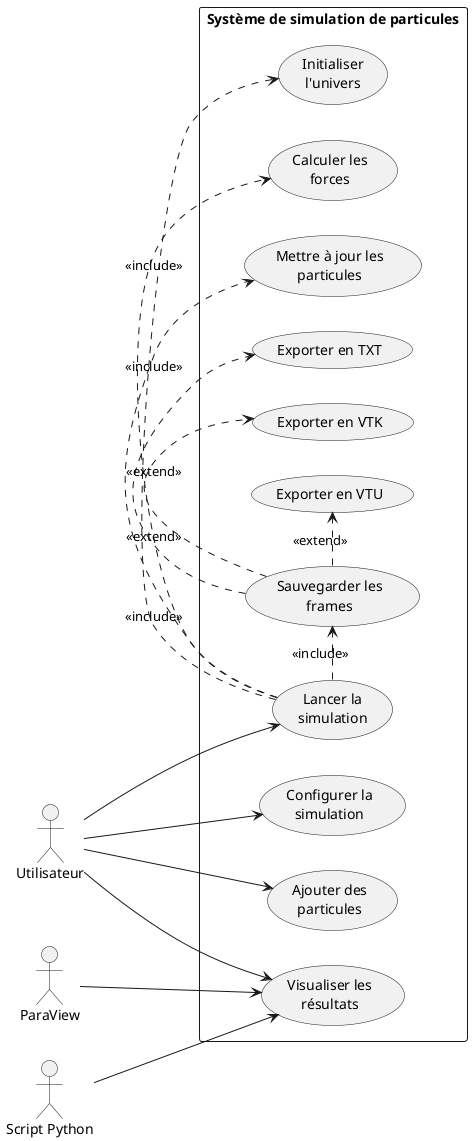
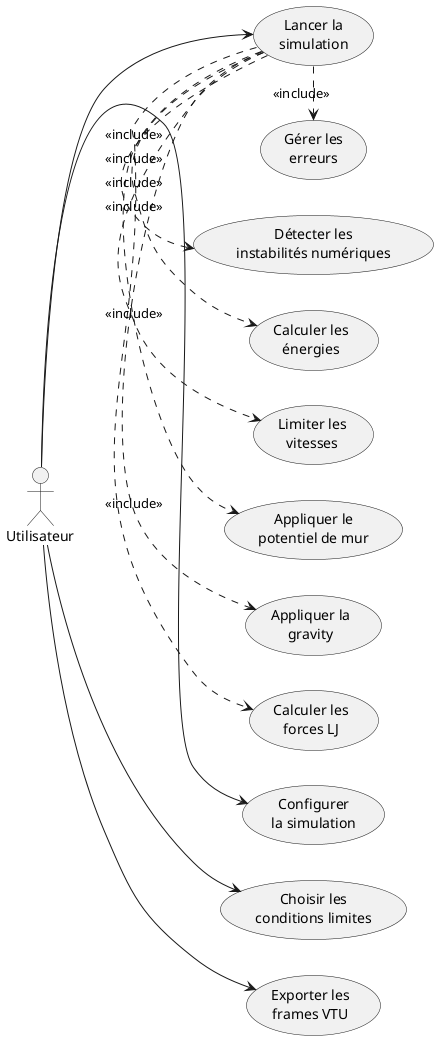
@startuml
+ 
left to right direction

actor Utilisateur
- actor ParaView
- actor "Script Python" as Python

- rectangle "Système de simulation de particules" {
-   usecase "Configurer la\nsimulation" as UC1
-   usecase "Initialiser\nl'univers" as UC2
-   usecase "Ajouter des\nparticules" as UC3
-   usecase "Lancer la\nsimulation" as UC4
-   usecase "Calculer les\nforces" as UC5
-   usecase "Mettre à jour les\nparticules" as UC6
-   usecase "Sauvegarder les\nframes" as UC7
-   usecase "Exporter en TXT" as UC8
-   usecase "Exporter en VTK" as UC9
-   usecase "Exporter en VTU" as UC10
-   usecase "Visualiser les\nrésultats" as UC11
- }
+ usecase "Configurer\nla simulation" as UC1
+ usecase "Choisir les\nconditions limites" as UC2
+ usecase "Lancer la\nsimulation" as UC3
+ usecase "Calculer les\nforces LJ" as UC4
+ usecase "Appliquer la\ngravity" as UC5
+ usecase "Appliquer le\npotentiel de mur" as UC6
+ usecase "Limiter les\nvitesses" as UC7
+ usecase "Exporter les\nframes VTU" as UC8
+ usecase "Calculer les\nénergies" as UC9
+ usecase "Détecter les\ninstabilités numériques" as UC10
+ usecase "Gérer les\nerreurs" as UC11

Utilisateur --> UC1
+ Utilisateur --> UC2
Utilisateur --> UC3
- Utilisateur --> UC4
- Utilisateur --> UC11
+ Utilisateur --> UC8

- UC4 .> UC2 : <<include>>
- UC4 .> UC5 : <<include>>
- UC4 .> UC6 : <<include>>
- UC4 .> UC7 : <<include>>
+ UC3 .> UC4 : <<include>>
+ UC3 .> UC5 : <<include>>
+ UC3 .> UC6 : <<include>>
+ UC3 .> UC7 : <<include>>
+ UC3 .> UC9 : <<include>>
+ UC3 .> UC10 : <<include>>
+ UC3 .> UC11 : <<include>>

- UC7 .> UC8 : <<extend>>
- UC7 .> UC9 : <<extend>>
- UC7 .> UC10 : <<extend>>
- 
- ParaView --> UC11
- Python --> UC11
@enduml